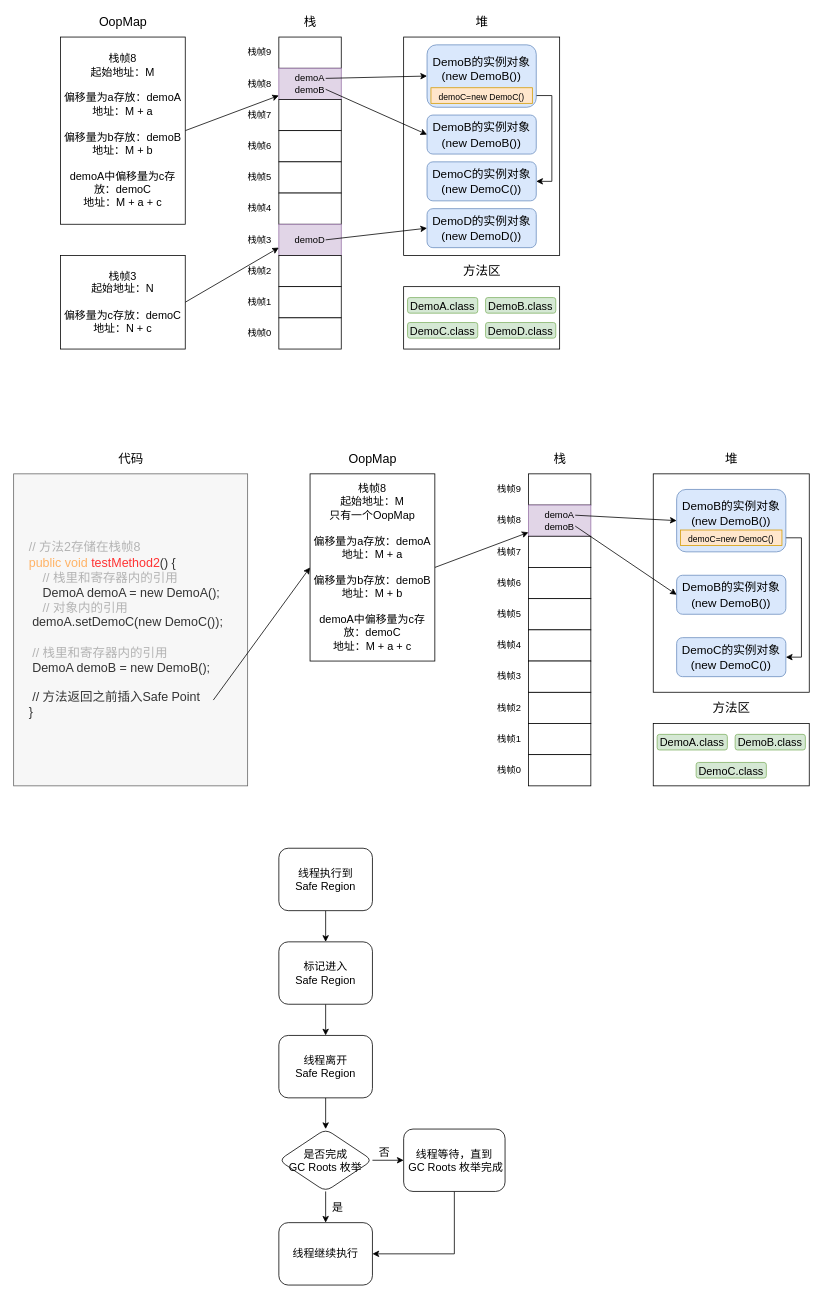
Above: 图解 OopMap、Safe Point、Safe Region/图解 OopMap、Safe Point、Safe Region.drawio in zero-97/picture-of-the-article (draw.io), before the change. Source tidied: cells renumbered, new cells numbered last; positions are measured from the earlier drawing's top-left corner, leaving out a move shared by most shapes. Both pictures are drawn from the tidied source at 78%, with x=0, y=0 at pixel (13, 13).
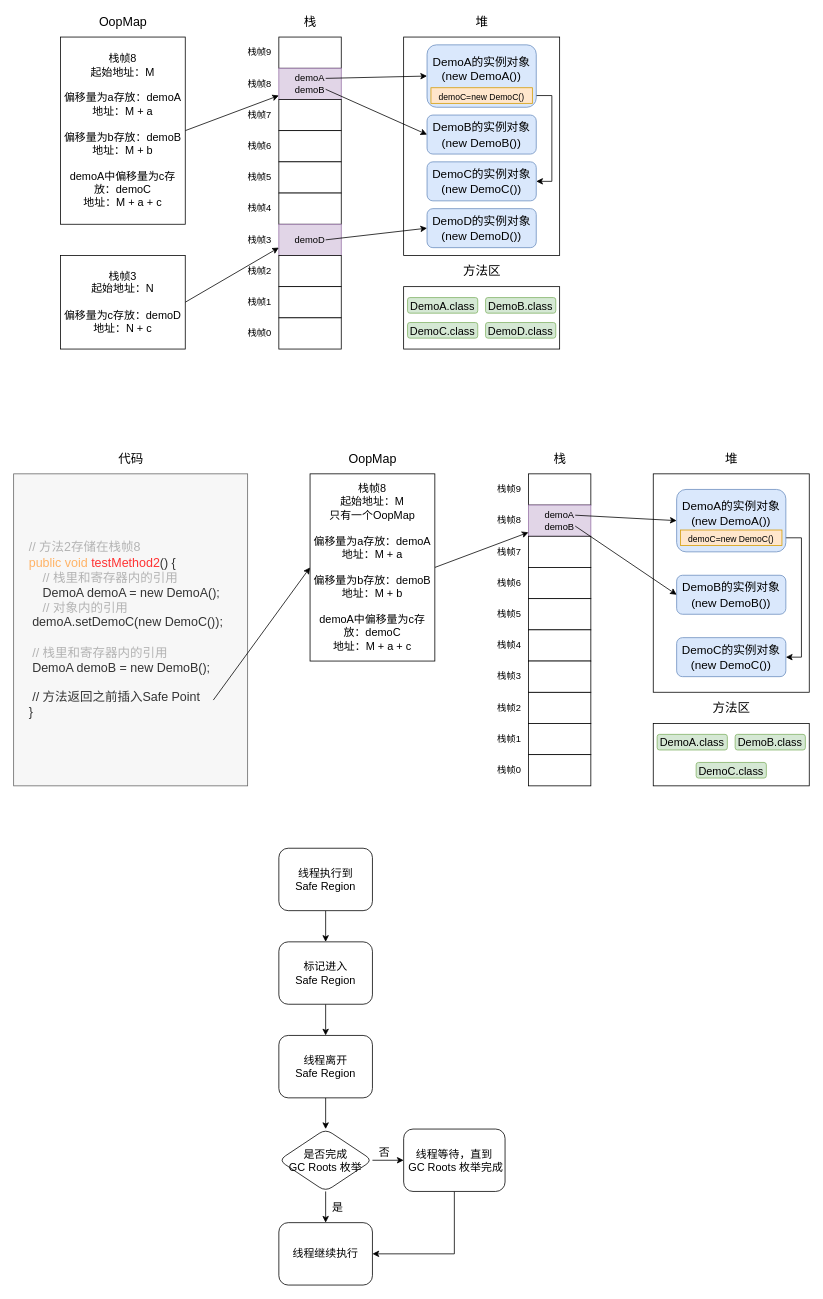
The same page after the edit.

What changed in the source:
```diff
@@
-    <mxCell id="35" value="&lt;font style=&quot;font-size: 14px&quot;&gt;栈帧3&lt;br&gt;起始地址：N&lt;br&gt;&lt;br&gt;偏移量为c存放：demoC&lt;br&gt;地址：N + c&lt;/font&gt;" style="rounded=0;whiteSpace=wrap;html=1;" parent="1" vertex="1">
+    <mxCell id="35" value="&lt;font style=&quot;font-size: 14px&quot;&gt;栈帧3&lt;br&gt;起始地址：N&lt;br&gt;&lt;br&gt;偏移量为c存放：demoD&lt;br&gt;地址：N + c&lt;/font&gt;" style="rounded=0;whiteSpace=wrap;html=1;" parent="1" vertex="1">
       <mxGeometry x="60" y="310" width="160" height="120" as="geometry" />
     </mxCell>
@@
-    <mxCell id="43" value="&lt;font style=&quot;font-size: 15px&quot;&gt;DemoB的实例对象&lt;br&gt;(new DemoB())&lt;br&gt;&lt;br&gt;&lt;/font&gt;" style="rounded=1;whiteSpace=wrap;html=1;fontSize=16;fillColor=#dae8fc;strokeColor=#6c8ebf;" parent="1" vertex="1">
+    <mxCell id="43" value="&lt;font style=&quot;font-size: 15px&quot;&gt;DemoA的实例对象&lt;br&gt;(new DemoA())&lt;br&gt;&lt;br&gt;&lt;/font&gt;" style="rounded=1;whiteSpace=wrap;html=1;fontSize=16;fillColor=#dae8fc;strokeColor=#6c8ebf;" parent="1" vertex="1">
       <mxGeometry x="530" y="40" width="140" height="80" as="geometry" />
     </mxCell>
@@
-    <mxCell id="80" value="&lt;font style=&quot;font-size: 15px&quot;&gt;DemoB的实例对象&lt;br&gt;(new DemoB())&lt;br&gt;&lt;br&gt;&lt;/font&gt;" style="rounded=1;whiteSpace=wrap;html=1;fontSize=16;fillColor=#dae8fc;strokeColor=#6c8ebf;" parent="1" vertex="1">
+    <mxCell id="80" value="&lt;font style=&quot;font-size: 15px&quot;&gt;DemoA的实例对象&lt;br&gt;(new DemoA())&lt;br&gt;&lt;br&gt;&lt;/font&gt;" style="rounded=1;whiteSpace=wrap;html=1;fontSize=16;fillColor=#dae8fc;strokeColor=#6c8ebf;" parent="1" vertex="1">
       <mxGeometry x="850" y="610" width="140" height="80" as="geometry" />
     </mxCell>
```
